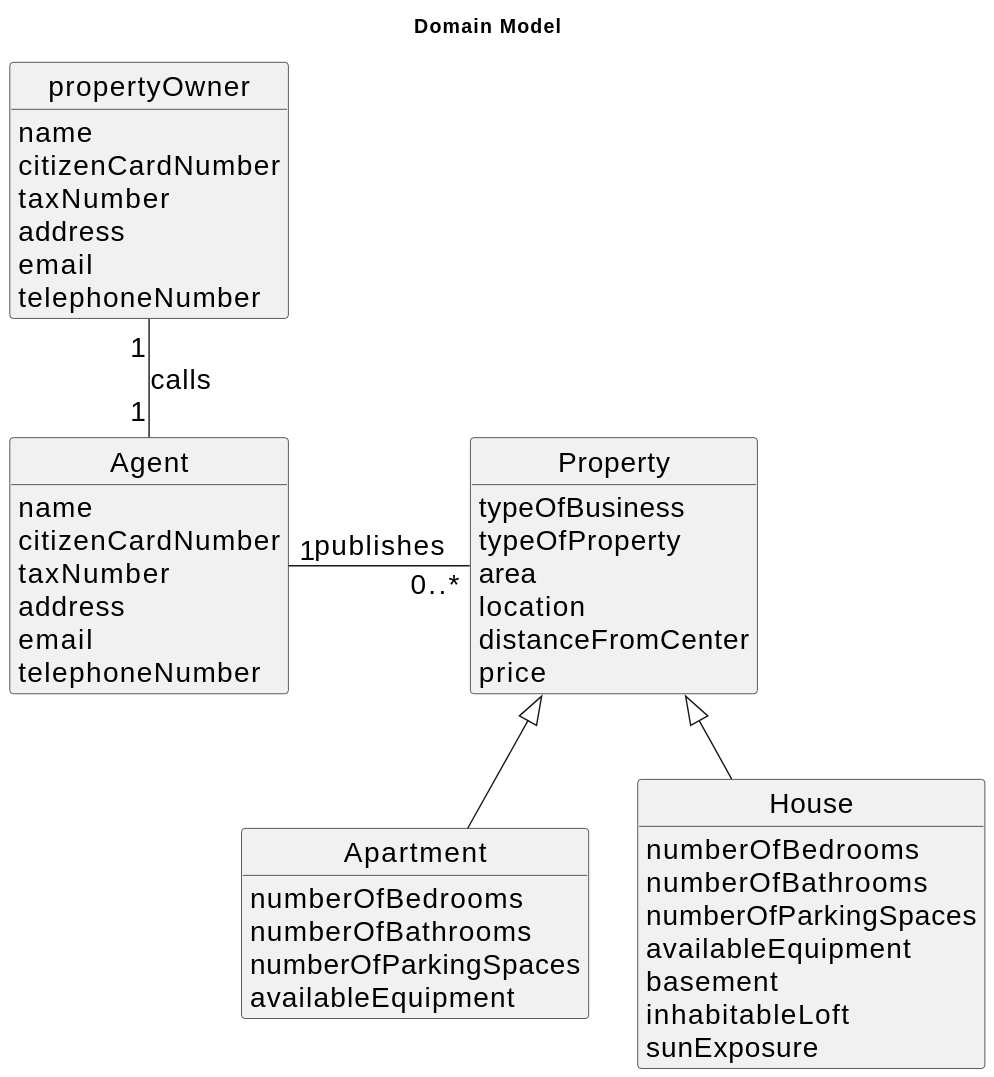
Before: docs/sprintA/us002/02.analysis/svg/us002-domain-model.svg, a diagram exported from PlantUML (Goncalves2525/real-estate-management-system).
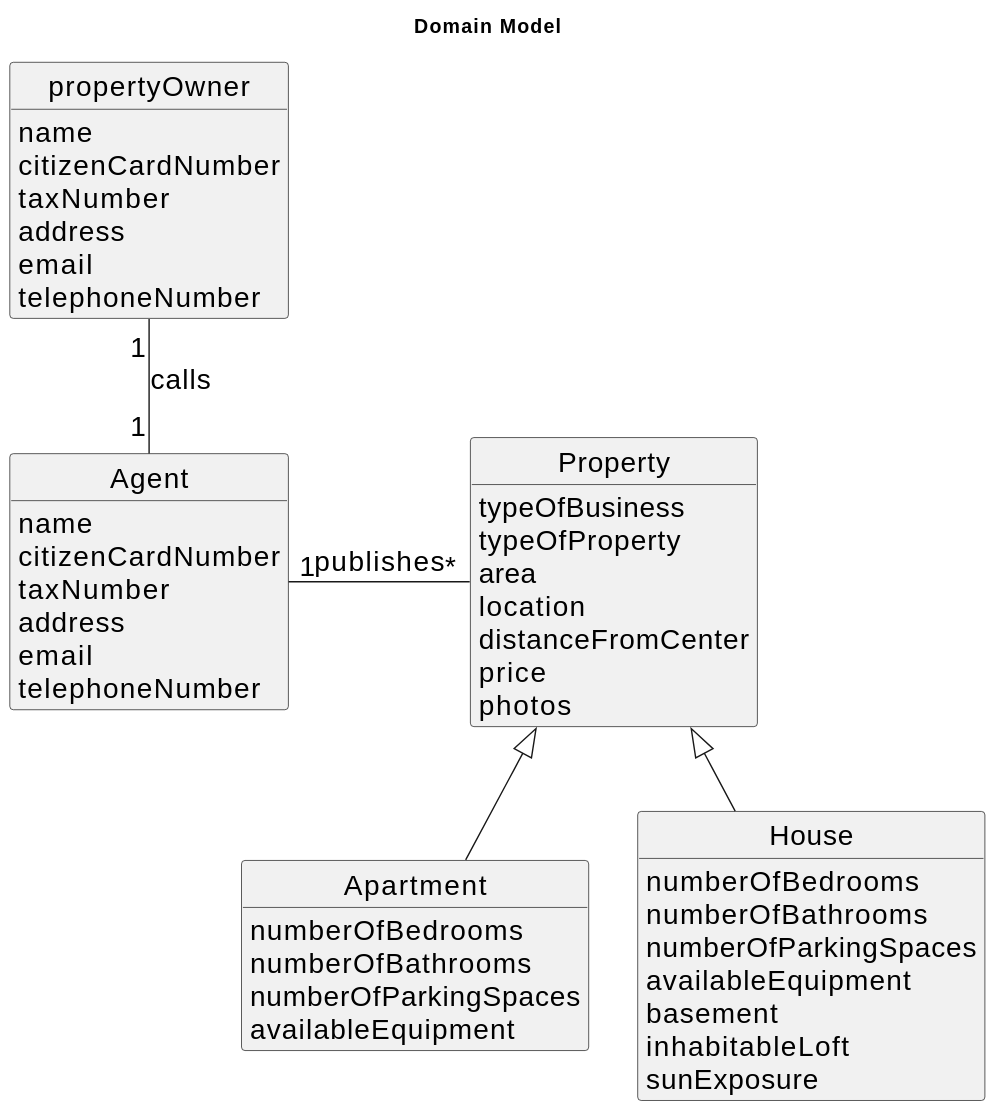
The same diagram one commit later.

The edit, as a diff of the source:
```diff
@@ -35,16 +35,17 @@
     location
     distanceFromCenter
     price
+    photos
 }
 
-class Apartment{
+class Apartment extends Property{
     numberOfBedrooms
     numberOfBathrooms
     numberOfParkingSpaces
     availableEquipment
 }
 
-class House{
+class House extends Property{
     numberOfBedrooms
     numberOfBathrooms
     numberOfParkingSpaces
@@ -56,7 +57,5 @@
 
 
 propertyOwner "1" -- "1" Agent : calls
-Agent "1" - "0..*" Property: publishes
-Property <|-- House
-Property <|-- Apartment
+Agent "1" - "*" Property: publishes
 @enduml
```
